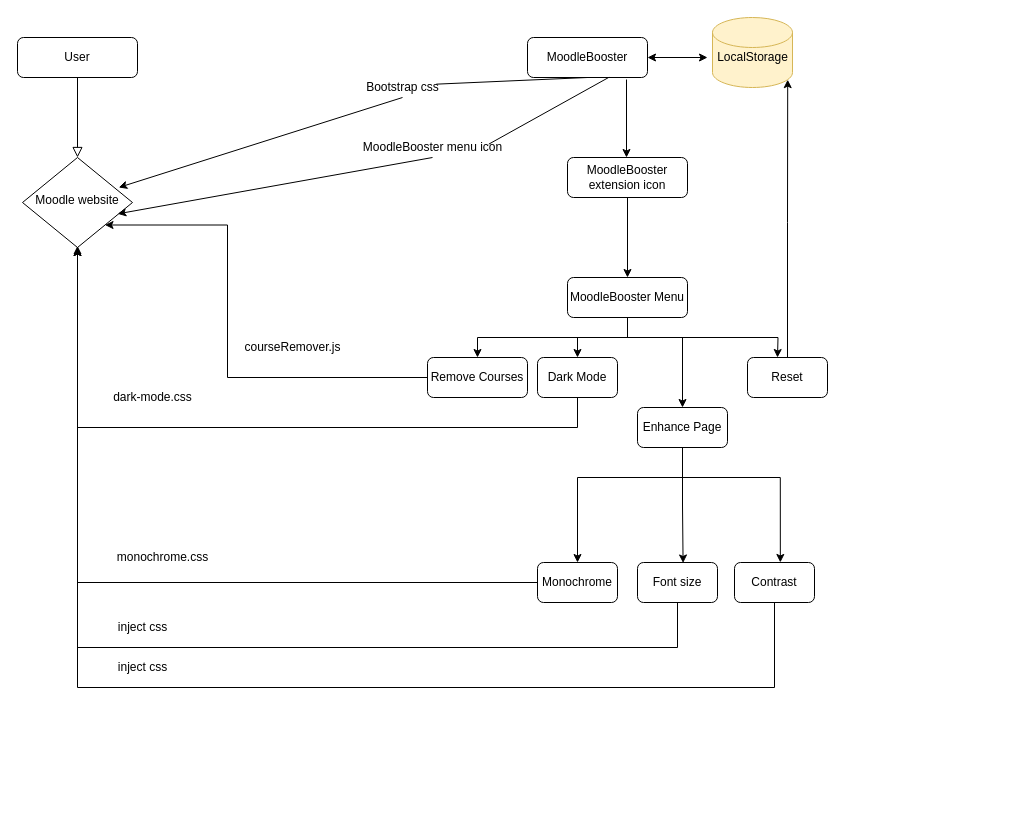
norbit8/MoodleBooster keeps this draw.io diagram as doc/MoodleBooster-Architecture.drawio. Above is the earlier version. Source tidied: cells renumbered, new cells numbered last; positions are measured from the earlier drawing's top-left corner, leaving out a move shared by most shapes. Both pictures are drawn from the tidied source at 100%, with x=0, y=0 at pixel (17, 17).
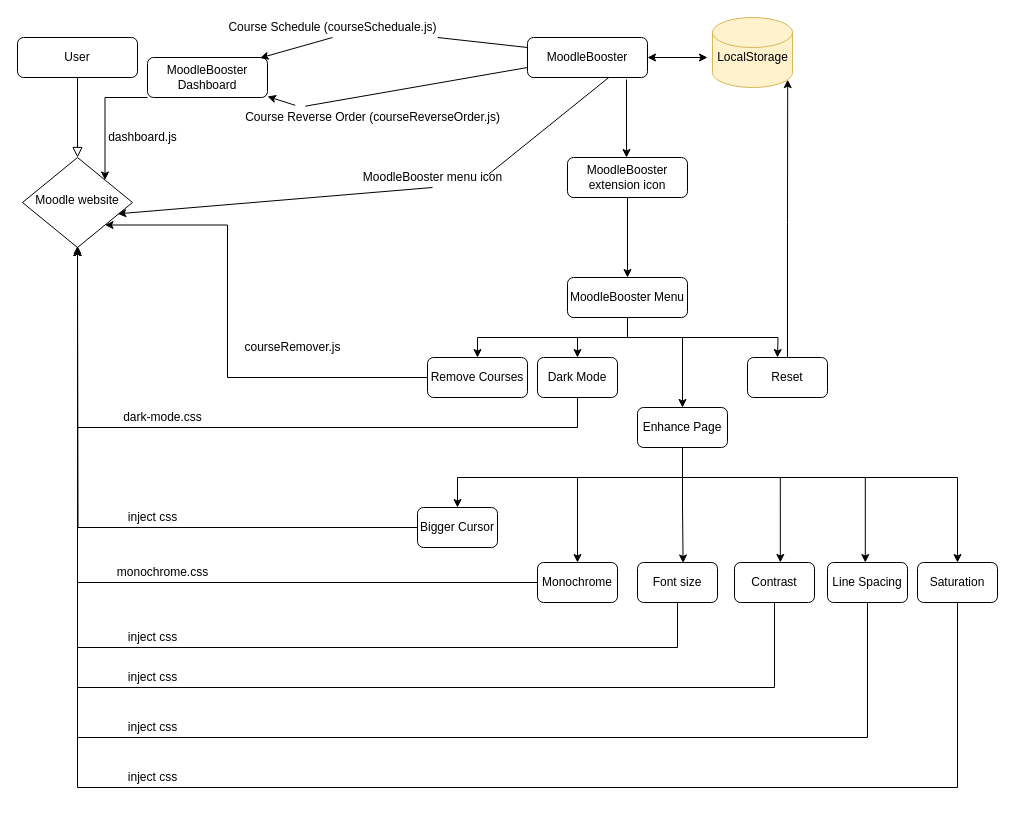
The same page after the edit.

Unchanged cells that the change refers to:
```xml
<mxCell id="4" value="Moodle website" style="rhombus;whiteSpace=wrap;html=1;shadow=0;fontFamily=Helvetica;fontSize=12;align=center;strokeWidth=1;spacing=6;spacingTop=-4;" parent="1" vertex="1">
  <mxGeometry x="5" y="140" width="110" height="90" as="geometry" />
</mxCell>
<mxCell id="6" value="MoodleBooster" style="rounded=1;whiteSpace=wrap;html=1;fontSize=12;glass=0;strokeWidth=1;shadow=0;" parent="1" vertex="1">
  <mxGeometry x="510" y="20" width="120" height="40" as="geometry" />
</mxCell>
<mxCell id="28" value="Enhance Page" style="rounded=1;whiteSpace=wrap;html=1;fontSize=12;glass=0;strokeWidth=1;shadow=0;" parent="1" vertex="1">
  <mxGeometry x="620" y="390" width="90" height="40" as="geometry" />
</mxCell>
```

The edit, as a diff of the source:
```diff
@@
-    <mxCell id="7" style="endArrow=classic;html=1;exitX=0.5;exitY=1;exitDx=0;exitDy=0;entryX=0.875;entryY=0.333;entryDx=0;entryDy=0;entryPerimeter=0;startArrow=none;" parent="1" edge="1" source="8" target="4">
-      <mxGeometry relative="1" as="geometry" />
-    </mxCell>
-    <mxCell id="8" value="Bootstrap css" style="text;html=1;align=center;verticalAlign=middle;points=[];strokeColor=none;" parent="1" vertex="1">
-      <mxGeometry x="340" y="60" width="90" height="20" as="geometry" />
-    </mxCell>
-    <mxCell id="9" style="endArrow=none;html=1;exitX=0.5;exitY=1;exitDx=0;exitDy=0;entryX=0.875;entryY=0.333;entryDx=0;entryDy=0;entryPerimeter=0;" parent="1" edge="1" source="6" target="8">
-      <mxGeometry relative="1" as="geometry" />
-    </mxCell>
@@
     <mxCell id="11" value="MoodleBooster menu icon" style="text;html=1;align=center;verticalAlign=middle;points=[];strokeColor=none;" parent="1" vertex="1">
-      <mxGeometry x="340" y="120" width="150" height="20" as="geometry" />
+      <mxGeometry x="340" y="150" width="150" height="20" as="geometry" />
     </mxCell>
@@
     <mxCell id="38" value="dark-mode.css" style="text;html=1;align=center;verticalAlign=middle;strokeColor=none;" parent="1" vertex="1">
-      <mxGeometry x="90" y="370" width="90" height="20" as="geometry" />
+      <mxGeometry x="100" y="390" width="90" height="20" as="geometry" />
     </mxCell>
     <mxCell id="39" value="monochrome.css" style="text;html=1;align=center;verticalAlign=middle;strokeColor=none;" parent="1" vertex="1">
-      <mxGeometry x="90" y="530" width="110" height="20" as="geometry" />
+      <mxGeometry x="90" y="545" width="110" height="20" as="geometry" />
     </mxCell>
     <mxCell id="40" value="inject css" style="text;html=1;align=center;verticalAlign=middle;strokeColor=none;" parent="1" vertex="1">
-      <mxGeometry x="90" y="600" width="70" height="20" as="geometry" />
+      <mxGeometry x="100" y="610" width="70" height="20" as="geometry" />
     </mxCell>
     <mxCell id="41" value="inject css" style="text;html=1;align=center;verticalAlign=middle;strokeColor=none;" parent="1" vertex="1">
-      <mxGeometry x="90" y="640" width="70" height="20" as="geometry" />
+      <mxGeometry x="100" y="650" width="70" height="20" as="geometry" />
     </mxCell>
@@
+    <mxCell id="44" style="edgeStyle=orthogonalEdgeStyle;rounded=0;jettySize=auto;html=1;entryX=0.573;entryY=-0.001;entryDx=0;entryDy=0;entryPerimeter=0;startArrow=none;startFill=0;endArrow=classic;endFill=1;exitX=0.5;exitY=1;exitDx=0;exitDy=0;" parent="1" edge="1" source="28">
+      <mxGeometry relative="1" as="geometry">
+        <mxPoint x="847.8" y="545" as="targetPoint" />
+        <Array as="points">
+          <mxPoint x="665" y="460" />
+          <mxPoint x="848" y="460" />
+        </Array>
+      </mxGeometry>
+    </mxCell>
+    <mxCell id="45" style="edgeStyle=orthogonalEdgeStyle;rounded=0;jettySize=auto;html=1;" parent="1" edge="1" source="46" target="4">
+      <mxGeometry relative="1" as="geometry">
+        <Array as="points">
+          <mxPoint x="850" y="720" />
+          <mxPoint x="60" y="720" />
+        </Array>
+      </mxGeometry>
+    </mxCell>
+    <mxCell id="46" value="Line Spacing" style="rounded=1;whiteSpace=wrap;html=1;fontSize=12;glass=0;strokeWidth=1;shadow=0;" parent="1" vertex="1">
+      <mxGeometry x="810" y="545" width="80" height="40" as="geometry" />
+    </mxCell>
+    <mxCell id="47" style="edgeStyle=orthogonalEdgeStyle;rounded=0;jettySize=auto;html=1;startArrow=none;startFill=0;endArrow=classic;endFill=1;exitX=0.5;exitY=1;exitDx=0;exitDy=0;" parent="1" edge="1" source="28">
+      <mxGeometry relative="1" as="geometry">
+        <mxPoint x="940" y="545" as="targetPoint" />
+        <Array as="points">
+          <mxPoint x="665" y="460" />
+          <mxPoint x="940" y="460" />
+        </Array>
+      </mxGeometry>
+    </mxCell>
+    <mxCell id="48" style="edgeStyle=orthogonalEdgeStyle;rounded=0;jettySize=auto;html=1;entryX=0.5;entryY=1;entryDx=0;entryDy=0;" parent="1" edge="1" source="49" target="4">
+      <mxGeometry relative="1" as="geometry">
+        <Array as="points">
+          <mxPoint x="940" y="770" />
+          <mxPoint x="60" y="770" />
+        </Array>
+      </mxGeometry>
+    </mxCell>
+    <mxCell id="49" value="Saturation" style="rounded=1;whiteSpace=wrap;html=1;fontSize=12;glass=0;strokeWidth=1;shadow=0;" parent="1" vertex="1">
+      <mxGeometry x="900" y="545" width="80" height="40" as="geometry" />
+    </mxCell>
+    <mxCell id="50" value="inject css" style="text;html=1;align=center;verticalAlign=middle;strokeColor=none;" parent="1" vertex="1">
+      <mxGeometry x="100" y="700" width="70" height="20" as="geometry" />
+    </mxCell>
+    <mxCell id="51" value="inject css" style="text;html=1;align=center;verticalAlign=middle;strokeColor=none;" parent="1" vertex="1">
+      <mxGeometry x="100" y="750" width="70" height="20" as="geometry" />
+    </mxCell>
+    <mxCell id="52" style="edgeStyle=orthogonalEdgeStyle;rounded=0;jettySize=auto;html=1;startArrow=none;startFill=0;endArrow=classic;endFill=1;exitX=0.5;exitY=1;exitDx=0;exitDy=0;" parent="1" edge="1" source="28">
+      <mxGeometry relative="1" as="geometry">
+        <mxPoint x="440" y="490" as="targetPoint" />
+        <Array as="points">
+          <mxPoint x="665" y="460" />
+          <mxPoint x="440" y="460" />
+        </Array>
+      </mxGeometry>
+    </mxCell>
+    <mxCell id="53" style="edgeStyle=orthogonalEdgeStyle;rounded=0;jettySize=auto;html=1;" parent="1" edge="1" source="54">
+      <mxGeometry relative="1" as="geometry">
+        <mxPoint x="60" y="230" as="targetPoint" />
+      </mxGeometry>
+    </mxCell>
+    <mxCell id="54" value="Bigger Cursor" style="rounded=1;whiteSpace=wrap;html=1;fontSize=12;glass=0;strokeWidth=1;shadow=0;" parent="1" vertex="1">
+      <mxGeometry x="400" y="490" width="80" height="40" as="geometry" />
+    </mxCell>
+    <mxCell id="55" value="inject css" style="text;html=1;align=center;verticalAlign=middle;strokeColor=none;" parent="1" vertex="1">
+      <mxGeometry x="100" y="490" width="70" height="20" as="geometry" />
+    </mxCell>
+    <mxCell id="56" style="edgeStyle=orthogonalEdgeStyle;rounded=0;jettySize=auto;html=1;entryX=1;entryY=0;entryDx=0;entryDy=0;" parent="1" edge="1" source="57" target="4">
+      <mxGeometry relative="1" as="geometry">
+        <Array as="points">
+          <mxPoint x="88" y="80" />
+        </Array>
+      </mxGeometry>
+    </mxCell>
+    <mxCell id="57" value="&lt;span&gt;MoodleBooster Dashboard&lt;/span&gt;" style="rounded=1;whiteSpace=wrap;html=1;fontSize=12;glass=0;strokeWidth=1;shadow=0;" parent="1" vertex="1">
+      <mxGeometry x="130" y="40" width="120" height="40" as="geometry" />
+    </mxCell>
+    <mxCell id="58" style="endArrow=classic;html=1;exitX=0.5;exitY=1;exitDx=0;exitDy=0;entryX=0.938;entryY=0.013;entryDx=0;entryDy=0;entryPerimeter=0;startArrow=none;" parent="1" edge="1" source="59" target="57">
+      <mxGeometry relative="1" as="geometry" />
+    </mxCell>
+    <mxCell id="59" value="Course Schedule (courseScheduale.js)" style="text;html=1;align=center;verticalAlign=middle;points=[];strokeColor=none;" parent="1" vertex="1">
+      <mxGeometry x="205" width="220" height="20" as="geometry" />
+    </mxCell>
+    <mxCell id="60" style="endArrow=none;html=1;exitX=0;exitY=0.25;exitDx=0;exitDy=0;" parent="1" edge="1" source="6">
+      <mxGeometry relative="1" as="geometry">
+        <mxPoint x="420" y="20" as="targetPoint" />
+      </mxGeometry>
+    </mxCell>
+    <mxCell id="61" style="endArrow=classic;html=1;exitX=0.214;exitY=-0.11;exitDx=0;exitDy=0;startArrow=none;exitPerimeter=0;" parent="1" edge="1" source="62" target="57">
+      <mxGeometry relative="1" as="geometry" />
+    </mxCell>
+    <mxCell id="62" value="Course Reverse Order (courseReverseOrder.js)" style="text;html=1;align=center;verticalAlign=middle;points=[];strokeColor=none;" parent="1" vertex="1">
+      <mxGeometry x="220" y="90" width="270" height="20" as="geometry" />
+    </mxCell>
+    <mxCell id="63" style="endArrow=none;html=1;exitX=0;exitY=0.75;exitDx=0;exitDy=0;entryX=0.251;entryY=-0.065;entryDx=0;entryDy=0;entryPerimeter=0;" parent="1" edge="1" source="6" target="62">
+      <mxGeometry relative="1" as="geometry" />
+    </mxCell>
+    <mxCell id="64" value="dashboard.js" style="text;html=1;align=center;verticalAlign=middle;strokeColor=none;" parent="1" vertex="1">
+      <mxGeometry x="85" y="110" width="80" height="20" as="geometry" />
+    </mxCell>
```
